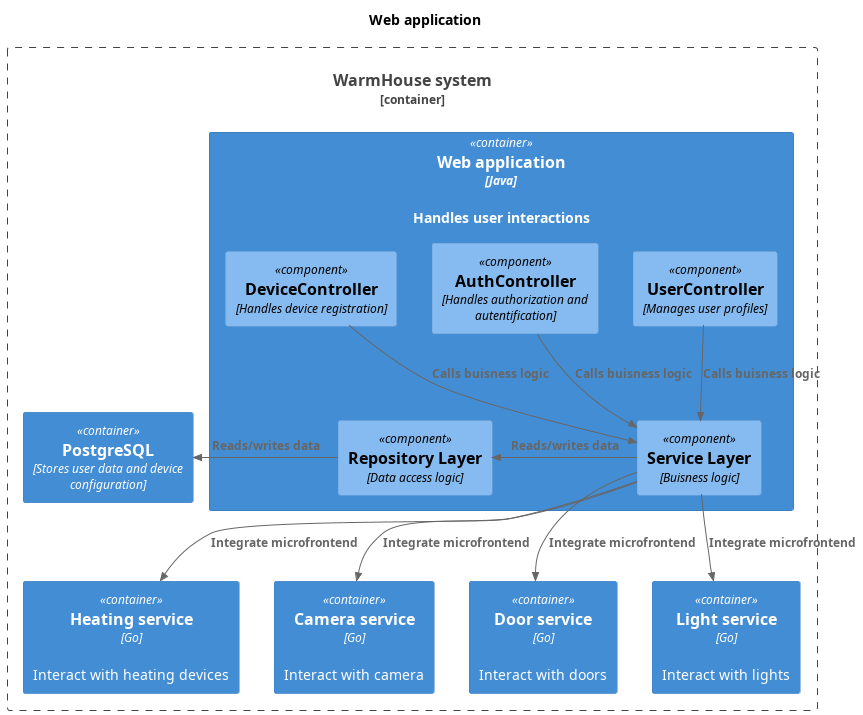
Above: diagrams/component/WarmHouse_component_web.png in mikhel1984/architecture-warmhouse (PlantUML), before the change. Source of this version:
```plantuml
@startuml WarmHouse_component_web

title Web application

top to bottom direction

!includeurl https://raw.githubusercontent.com/RicardoNiepel/C4-PlantUML/master/C4_Component.puml

Container_Boundary(WarmHouseSystem, "WarmHouse system") {
    Container(WebApp, "Web application", "Java", "Handles user interactions")
    Container(Database, "PostgreSQL", "Stores user data and device configuration")
    Container(TemperatureService, "Heating service", "Go", "Interact with heating devices")
    Container(CameraService, "Camera service", "Go", "Interact with camera")
    Container(DoorService, "Door service", "Go", "Interact with doors")
    Container(LightService, "Light service", "Go", "Interact with lights")

}

Container(WebApp, "Web application", "Go") {
    Component(UserController, "UserController", "Manages user profiles")
    Component(AuthController, "AuthController", "Handles authorization and autentification")
    Component(DeviceController, "DeviceController", "Handles device registration")
    Component(ServiceLayer, "Service Layer", "Buisness logic")
    Component(RepositoryLayer, "Repository Layer", "Data access logic")

}

Rel(UserController, ServiceLayer, "Calls buisness logic")
Rel(AuthController, ServiceLayer, "Calls buisness logic")
Rel(DeviceController, ServiceLayer, "Calls buisness logic")
Rel_L(ServiceLayer, RepositoryLayer, "Reads/writes data")

Rel(ServiceLayer, TemperatureService, "Integrate microfrontend")
Rel(ServiceLayer, CameraService, "Integrate microfrontend")
Rel(ServiceLayer, DoorService, "Integrate microfrontend")
Rel(ServiceLayer, LightService, "Integrate microfrontend")

Rel_L(RepositoryLayer, Database, "Reads/writes data")



@enduml
```
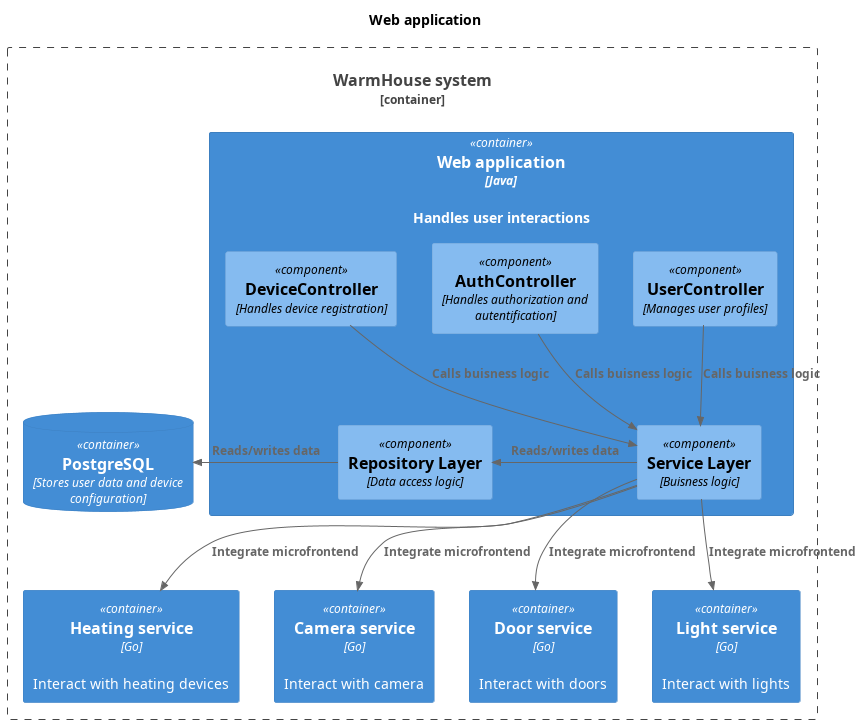
Later version of the same file.

Change to the diagram source:
```diff
@@ -8,7 +8,7 @@
 
 Container_Boundary(WarmHouseSystem, "WarmHouse system") {
     Container(WebApp, "Web application", "Java", "Handles user interactions")
-    Container(Database, "PostgreSQL", "Stores user data and device configuration")
+    ContainerDb(Database, "PostgreSQL", "Stores user data and device configuration")
     Container(TemperatureService, "Heating service", "Go", "Interact with heating devices")
     Container(CameraService, "Camera service", "Go", "Interact with camera")
     Container(DoorService, "Door service", "Go", "Interact with doors")
```
